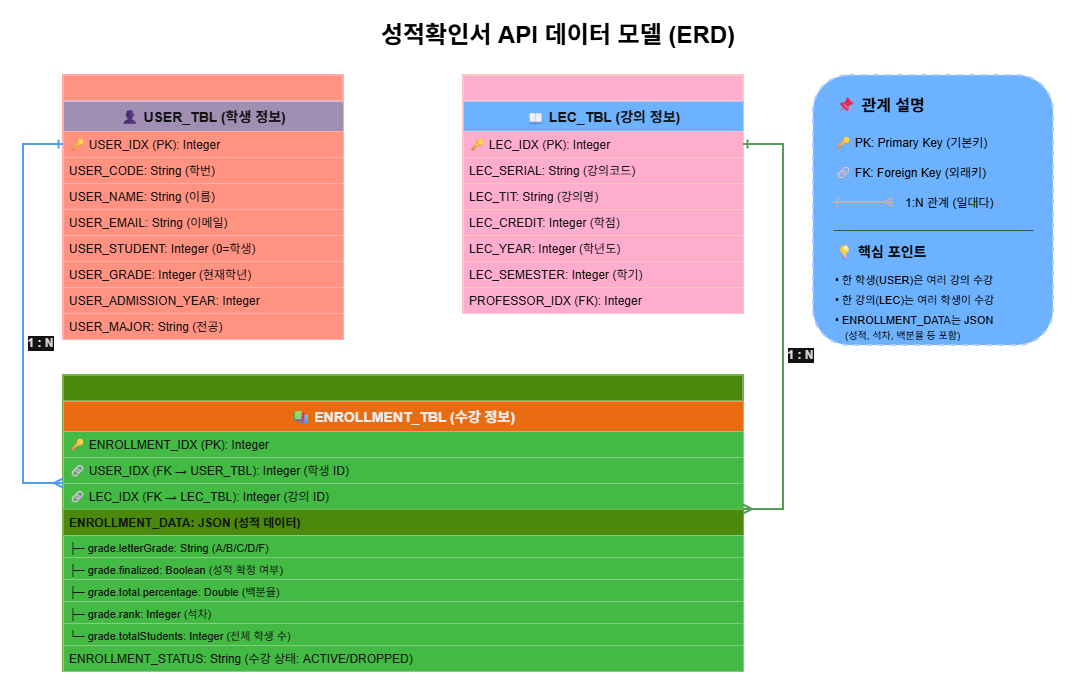
Before: backend/BlueCrab/docs/강의관련문서-신판/PPT용 다이어그램/성적확인서 API/03-데이터-모델-ERD.drawio.png, a diagram exported from draw.io (hooting76/blue-crab-lms). Source tidied: cells renumbered, new cells last; positions are measured from the earlier drawing's top-left corner, leaving out a move shared by most shapes.
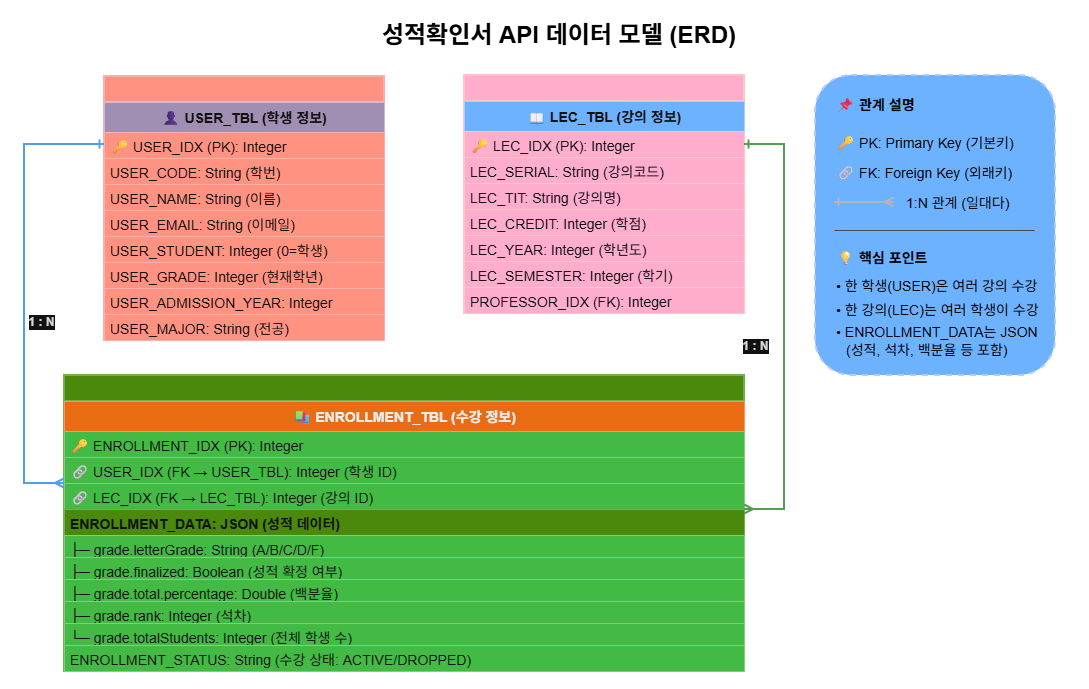
Later version of the same file.

The edit, as a diff of the source:
```diff
@@ -8,3 +8,3 @@
     <mxCell id="3" style="swimlane;fontStyle=1;horizontal=1;startSize=26;fillColor=#e51400;strokeColor=#B20000;strokeWidth=2;fontColor=#ffffff;fontSize=14;" parent="1" vertex="1">
-      <mxGeometry x="40" y="60" width="280" height="264" as="geometry" />
+      <mxGeometry x="80" y="61" width="280" height="264" as="geometry" />
     </mxCell>
@@ -13,24 +13,24 @@
     </mxCell>
-    <mxCell id="5" value="🔑 USER_IDX (PK): Integer" style="text;strokeColor=#B20000;fillColor=#e51400;align=left;verticalAlign=top;spacingLeft=4;spacingRight=4;overflow=hidden;points=[[0,0.5],[1,0.5]];portConstraint=eastwest;fontColor=#ffffff;fontSize=12;strokeWidth=1;" parent="3" vertex="1">
+    <mxCell id="5" value="🔑 USER_IDX (PK): Integer" style="text;strokeColor=#B20000;fillColor=#e51400;align=left;verticalAlign=top;spacingLeft=4;spacingRight=4;overflow=hidden;points=[[0,0.5],[1,0.5]];portConstraint=eastwest;fontColor=#ffffff;fontSize=14;strokeWidth=1;" parent="3" vertex="1">
       <mxGeometry y="56" width="280" height="26" as="geometry" />
     </mxCell>
-    <mxCell id="6" value="USER_CODE: String (학번)" style="text;strokeColor=#B20000;fillColor=#e51400;align=left;verticalAlign=top;spacingLeft=4;spacingRight=4;overflow=hidden;fontColor=#ffffff;fontSize=12;strokeWidth=1;" parent="3" vertex="1">
+    <mxCell id="6" value="USER_CODE: String (학번)" style="text;strokeColor=#B20000;fillColor=#e51400;align=left;verticalAlign=top;spacingLeft=4;spacingRight=4;overflow=hidden;fontColor=#ffffff;fontSize=14;strokeWidth=1;" parent="3" vertex="1">
       <mxGeometry y="82" width="280" height="26" as="geometry" />
     </mxCell>
-    <mxCell id="7" value="USER_NAME: String (이름)" style="text;strokeColor=#B20000;fillColor=#e51400;align=left;verticalAlign=top;spacingLeft=4;spacingRight=4;overflow=hidden;fontColor=#ffffff;fontSize=12;strokeWidth=1;" parent="3" vertex="1">
+    <mxCell id="7" value="USER_NAME: String (이름)" style="text;strokeColor=#B20000;fillColor=#e51400;align=left;verticalAlign=top;spacingLeft=4;spacingRight=4;overflow=hidden;fontColor=#ffffff;fontSize=14;strokeWidth=1;" parent="3" vertex="1">
       <mxGeometry y="108" width="280" height="26" as="geometry" />
     </mxCell>
-    <mxCell id="8" value="USER_EMAIL: String (이메일)" style="text;strokeColor=#B20000;fillColor=#e51400;align=left;verticalAlign=top;spacingLeft=4;spacingRight=4;overflow=hidden;fontColor=#ffffff;fontSize=12;strokeWidth=1;" parent="3" vertex="1">
+    <mxCell id="8" value="USER_EMAIL: String (이메일)" style="text;strokeColor=#B20000;fillColor=#e51400;align=left;verticalAlign=top;spacingLeft=4;spacingRight=4;overflow=hidden;fontColor=#ffffff;fontSize=14;strokeWidth=1;" parent="3" vertex="1">
       <mxGeometry y="134" width="280" height="26" as="geometry" />
     </mxCell>
-    <mxCell id="9" value="USER_STUDENT: Integer (0=학생)" style="text;strokeColor=#B20000;fillColor=#e51400;align=left;verticalAlign=top;spacingLeft=4;spacingRight=4;overflow=hidden;fontColor=#ffffff;fontSize=12;strokeWidth=1;" parent="3" vertex="1">
+    <mxCell id="9" value="USER_STUDENT: Integer (0=학생)" style="text;strokeColor=#B20000;fillColor=#e51400;align=left;verticalAlign=top;spacingLeft=4;spacingRight=4;overflow=hidden;fontColor=#ffffff;fontSize=14;strokeWidth=1;" parent="3" vertex="1">
       <mxGeometry y="160" width="280" height="26" as="geometry" />
     </mxCell>
-    <mxCell id="10" value="USER_GRADE: Integer (현재학년)" style="text;strokeColor=#B20000;fillColor=#e51400;align=left;verticalAlign=top;spacingLeft=4;spacingRight=4;overflow=hidden;fontColor=#ffffff;fontSize=12;strokeWidth=1;" parent="3" vertex="1">
+    <mxCell id="10" value="USER_GRADE: Integer (현재학년)" style="text;strokeColor=#B20000;fillColor=#e51400;align=left;verticalAlign=top;spacingLeft=4;spacingRight=4;overflow=hidden;fontColor=#ffffff;fontSize=14;strokeWidth=1;" parent="3" vertex="1">
       <mxGeometry y="186" width="280" height="26" as="geometry" />
     </mxCell>
-    <mxCell id="11" value="USER_ADMISSION_YEAR: Integer" style="text;strokeColor=#B20000;fillColor=#e51400;align=left;verticalAlign=top;spacingLeft=4;spacingRight=4;overflow=hidden;fontColor=#ffffff;fontSize=12;strokeWidth=1;" parent="3" vertex="1">
+    <mxCell id="11" value="USER_ADMISSION_YEAR: Integer" style="text;strokeColor=#B20000;fillColor=#e51400;align=left;verticalAlign=top;spacingLeft=4;spacingRight=4;overflow=hidden;fontColor=#ffffff;fontSize=14;strokeWidth=1;" parent="3" vertex="1">
       <mxGeometry y="212" width="280" height="26" as="geometry" />
     </mxCell>
-    <mxCell id="12" value="USER_MAJOR: String (전공)" style="text;strokeColor=#B20000;fillColor=#e51400;align=left;verticalAlign=top;spacingLeft=4;spacingRight=4;overflow=hidden;fontColor=#ffffff;fontSize=12;strokeWidth=1;" parent="3" vertex="1">
+    <mxCell id="12" value="USER_MAJOR: String (전공)" style="text;strokeColor=#B20000;fillColor=#e51400;align=left;verticalAlign=top;spacingLeft=4;spacingRight=4;overflow=hidden;fontColor=#ffffff;fontSize=14;strokeWidth=1;" parent="3" vertex="1">
       <mxGeometry y="238" width="280" height="26" as="geometry" />
@@ -43,21 +43,21 @@
     </mxCell>
-    <mxCell id="15" value="🔑 LEC_IDX (PK): Integer" style="text;strokeColor=#6F0000;fillColor=#a20025;align=left;verticalAlign=top;spacingLeft=4;spacingRight=4;overflow=hidden;points=[[0,0.5],[1,0.5]];portConstraint=eastwest;fontColor=#ffffff;fontSize=12;strokeWidth=1;" parent="13" vertex="1">
+    <mxCell id="15" value="🔑 LEC_IDX (PK): Integer" style="text;strokeColor=#6F0000;fillColor=#a20025;align=left;verticalAlign=top;spacingLeft=4;spacingRight=4;overflow=hidden;points=[[0,0.5],[1,0.5]];portConstraint=eastwest;fontColor=#ffffff;fontSize=14;strokeWidth=1;" parent="13" vertex="1">
       <mxGeometry y="56" width="280" height="26" as="geometry" />
     </mxCell>
-    <mxCell id="16" value="LEC_SERIAL: String (강의코드)" style="text;strokeColor=#6F0000;fillColor=#a20025;align=left;verticalAlign=top;spacingLeft=4;spacingRight=4;overflow=hidden;fontColor=#ffffff;fontSize=12;strokeWidth=1;" parent="13" vertex="1">
+    <mxCell id="16" value="LEC_SERIAL: String (강의코드)" style="text;strokeColor=#6F0000;fillColor=#a20025;align=left;verticalAlign=top;spacingLeft=4;spacingRight=4;overflow=hidden;fontColor=#ffffff;fontSize=14;strokeWidth=1;" parent="13" vertex="1">
       <mxGeometry y="82" width="280" height="26" as="geometry" />
     </mxCell>
-    <mxCell id="17" value="LEC_TIT: String (강의명)" style="text;strokeColor=#6F0000;fillColor=#a20025;align=left;verticalAlign=top;spacingLeft=4;spacingRight=4;overflow=hidden;fontColor=#ffffff;fontSize=12;strokeWidth=1;" parent="13" vertex="1">
+    <mxCell id="17" value="LEC_TIT: String (강의명)" style="text;strokeColor=#6F0000;fillColor=#a20025;align=left;verticalAlign=top;spacingLeft=4;spacingRight=4;overflow=hidden;fontColor=#ffffff;fontSize=14;strokeWidth=1;" parent="13" vertex="1">
       <mxGeometry y="108" width="280" height="26" as="geometry" />
     </mxCell>
-    <mxCell id="18" value="LEC_CREDIT: Integer (학점)" style="text;strokeColor=#6F0000;fillColor=#a20025;align=left;verticalAlign=top;spacingLeft=4;spacingRight=4;overflow=hidden;fontColor=#ffffff;fontSize=12;strokeWidth=1;" parent="13" vertex="1">
+    <mxCell id="18" value="LEC_CREDIT: Integer (학점)" style="text;strokeColor=#6F0000;fillColor=#a20025;align=left;verticalAlign=top;spacingLeft=4;spacingRight=4;overflow=hidden;fontColor=#ffffff;fontSize=14;strokeWidth=1;" parent="13" vertex="1">
       <mxGeometry y="134" width="280" height="26" as="geometry" />
     </mxCell>
-    <mxCell id="19" value="LEC_YEAR: Integer (학년도)" style="text;strokeColor=#6F0000;fillColor=#a20025;align=left;verticalAlign=top;spacingLeft=4;spacingRight=4;overflow=hidden;fontColor=#ffffff;fontSize=12;strokeWidth=1;" parent="13" vertex="1">
+    <mxCell id="19" value="LEC_YEAR: Integer (학년도)" style="text;strokeColor=#6F0000;fillColor=#a20025;align=left;verticalAlign=top;spacingLeft=4;spacingRight=4;overflow=hidden;fontColor=#ffffff;fontSize=14;strokeWidth=1;" parent="13" vertex="1">
       <mxGeometry y="160" width="280" height="26" as="geometry" />
     </mxCell>
-    <mxCell id="20" value="LEC_SEMESTER: Integer (학기)" style="text;strokeColor=#6F0000;fillColor=#a20025;align=left;verticalAlign=top;spacingLeft=4;spacingRight=4;overflow=hidden;fontColor=#ffffff;fontSize=12;strokeWidth=1;" parent="13" vertex="1">
+    <mxCell id="20" value="LEC_SEMESTER: Integer (학기)" style="text;strokeColor=#6F0000;fillColor=#a20025;align=left;verticalAlign=top;spacingLeft=4;spacingRight=4;overflow=hidden;fontColor=#ffffff;fontSize=14;strokeWidth=1;" parent="13" vertex="1">
       <mxGeometry y="186" width="280" height="26" as="geometry" />
     </mxCell>
-    <mxCell id="21" value="PROFESSOR_IDX (FK): Integer" style="text;strokeColor=#6F0000;fillColor=#a20025;align=left;verticalAlign=top;spacingLeft=4;spacingRight=4;overflow=hidden;fontColor=#ffffff;fontSize=12;strokeWidth=1;" parent="13" vertex="1">
+    <mxCell id="21" value="PROFESSOR_IDX (FK): Integer" style="text;strokeColor=#6F0000;fillColor=#a20025;align=left;verticalAlign=top;spacingLeft=4;spacingRight=4;overflow=hidden;fontColor=#ffffff;fontSize=14;strokeWidth=1;" parent="13" vertex="1">
       <mxGeometry y="212" width="280" height="26" as="geometry" />
@@ -70,30 +70,30 @@
     </mxCell>
-    <mxCell id="24" value="🔑 ENROLLMENT_IDX (PK): Integer" style="text;strokeColor=#005700;fillColor=#008a00;align=left;verticalAlign=top;spacingLeft=4;spacingRight=4;overflow=hidden;fontColor=#ffffff;fontSize=12;strokeWidth=1;" parent="22" vertex="1">
+    <mxCell id="24" value="🔑 ENROLLMENT_IDX (PK): Integer" style="text;strokeColor=#005700;fillColor=#008a00;align=left;verticalAlign=top;spacingLeft=4;spacingRight=4;overflow=hidden;fontColor=#ffffff;fontSize=14;strokeWidth=1;" parent="22" vertex="1">
       <mxGeometry y="56" width="680" height="26" as="geometry" />
     </mxCell>
-    <mxCell id="25" value="🔗 USER_IDX (FK → USER_TBL): Integer (학생 ID)" style="text;strokeColor=#005700;fillColor=#008a00;align=left;verticalAlign=top;spacingLeft=4;spacingRight=4;overflow=hidden;points=[[0,0.5],[1,0.5]];portConstraint=eastwest;fontColor=#ffffff;fontSize=12;strokeWidth=1;" parent="22" vertex="1">
+    <mxCell id="25" value="🔗 USER_IDX (FK → USER_TBL): Integer (학생 ID)" style="text;strokeColor=#005700;fillColor=#008a00;align=left;verticalAlign=top;spacingLeft=4;spacingRight=4;overflow=hidden;points=[[0,0.5],[1,0.5]];portConstraint=eastwest;fontColor=#ffffff;fontSize=14;strokeWidth=1;" parent="22" vertex="1">
       <mxGeometry y="82" width="680" height="26" as="geometry" />
     </mxCell>
-    <mxCell id="26" value="🔗 LEC_IDX (FK → LEC_TBL): Integer (강의 ID)" style="text;strokeColor=#005700;fillColor=#008a00;align=left;verticalAlign=top;spacingLeft=4;spacingRight=4;overflow=hidden;points=[[0,0.5],[1,0.5]];portConstraint=eastwest;fontColor=#ffffff;fontSize=12;strokeWidth=1;" parent="22" vertex="1">
+    <mxCell id="26" value="🔗 LEC_IDX (FK → LEC_TBL): Integer (강의 ID)" style="text;strokeColor=#005700;fillColor=#008a00;align=left;verticalAlign=top;spacingLeft=4;spacingRight=4;overflow=hidden;points=[[0,0.5],[1,0.5]];portConstraint=eastwest;fontColor=#ffffff;fontSize=14;strokeWidth=1;" parent="22" vertex="1">
       <mxGeometry y="108" width="680" height="26" as="geometry" />
     </mxCell>
-    <mxCell id="27" value="ENROLLMENT_DATA: JSON (성적 데이터)" style="text;strokeColor=#2D7600;fillColor=#60a917;align=left;verticalAlign=top;spacingLeft=4;spacingRight=4;overflow=hidden;fontColor=#ffffff;fontSize=12;fontStyle=1;strokeWidth=1;" parent="22" vertex="1">
+    <mxCell id="27" value="ENROLLMENT_DATA: JSON (성적 데이터)" style="text;strokeColor=#2D7600;fillColor=#60a917;align=left;verticalAlign=top;spacingLeft=4;spacingRight=4;overflow=hidden;fontColor=#ffffff;fontSize=14;fontStyle=1;strokeWidth=1;" parent="22" vertex="1">
       <mxGeometry y="134" width="680" height="26" as="geometry" />
     </mxCell>
-    <mxCell id="28" value="    ├─ grade.letterGrade: String (A/B/C/D/F)" style="text;strokeColor=#005700;fillColor=#008a00;align=left;verticalAlign=top;spacingLeft=4;spacingRight=4;overflow=hidden;fontColor=#ffffff;fontSize=11;strokeWidth=1;" parent="22" vertex="1">
+    <mxCell id="28" value="    ├─ grade.letterGrade: String (A/B/C/D/F)" style="text;strokeColor=#005700;fillColor=#008a00;align=left;verticalAlign=top;spacingLeft=4;spacingRight=4;overflow=hidden;fontColor=#ffffff;fontSize=14;strokeWidth=1;" parent="22" vertex="1">
       <mxGeometry y="160" width="680" height="22" as="geometry" />
     </mxCell>
-    <mxCell id="29" value="    ├─ grade.finalized: Boolean (성적 확정 여부)" style="text;strokeColor=#005700;fillColor=#008a00;align=left;verticalAlign=top;spacingLeft=4;spacingRight=4;overflow=hidden;fontColor=#ffffff;fontSize=11;strokeWidth=1;" parent="22" vertex="1">
+    <mxCell id="29" value="    ├─ grade.finalized: Boolean (성적 확정 여부)" style="text;strokeColor=#005700;fillColor=#008a00;align=left;verticalAlign=top;spacingLeft=4;spacingRight=4;overflow=hidden;fontColor=#ffffff;fontSize=14;strokeWidth=1;" parent="22" vertex="1">
       <mxGeometry y="182" width="680" height="22" as="geometry" />
     </mxCell>
-    <mxCell id="30" value="    ├─ grade.total.percentage: Double (백분율)" style="text;strokeColor=#005700;fillColor=#008a00;align=left;verticalAlign=top;spacingLeft=4;spacingRight=4;overflow=hidden;fontColor=#ffffff;fontSize=11;strokeWidth=1;" parent="22" vertex="1">
+    <mxCell id="30" value="    ├─ grade.total.percentage: Double (백분율)" style="text;strokeColor=#005700;fillColor=#008a00;align=left;verticalAlign=top;spacingLeft=4;spacingRight=4;overflow=hidden;fontColor=#ffffff;fontSize=14;strokeWidth=1;" parent="22" vertex="1">
       <mxGeometry y="204" width="680" height="22" as="geometry" />
     </mxCell>
-    <mxCell id="31" value="    ├─ grade.rank: Integer (석차)" style="text;strokeColor=#005700;fillColor=#008a00;align=left;verticalAlign=top;spacingLeft=4;spacingRight=4;overflow=hidden;fontColor=#ffffff;fontSize=11;strokeWidth=1;" parent="22" vertex="1">
+    <mxCell id="31" value="    ├─ grade.rank: Integer (석차)" style="text;strokeColor=#005700;fillColor=#008a00;align=left;verticalAlign=top;spacingLeft=4;spacingRight=4;overflow=hidden;fontColor=#ffffff;fontSize=14;strokeWidth=1;" parent="22" vertex="1">
       <mxGeometry y="226" width="680" height="22" as="geometry" />
     </mxCell>
-    <mxCell id="32" value="    └─ grade.totalStudents: Integer (전체 학생 수)" style="text;strokeColor=#005700;fillColor=#008a00;align=left;verticalAlign=top;spacingLeft=4;spacingRight=4;overflow=hidden;fontColor=#ffffff;fontSize=11;strokeWidth=1;" parent="22" vertex="1">
+    <mxCell id="32" value="    └─ grade.totalStudents: Integer (전체 학생 수)" style="text;strokeColor=#005700;fillColor=#008a00;align=left;verticalAlign=top;spacingLeft=4;spacingRight=4;overflow=hidden;fontColor=#ffffff;fontSize=14;strokeWidth=1;" parent="22" vertex="1">
       <mxGeometry y="248" width="680" height="22" as="geometry" />
     </mxCell>
-    <mxCell id="33" value="ENROLLMENT_STATUS: String (수강 상태: ACTIVE/DROPPED)" style="text;strokeColor=#005700;fillColor=#008a00;align=left;verticalAlign=top;spacingLeft=4;spacingRight=4;overflow=hidden;fontColor=#ffffff;fontSize=12;strokeWidth=1;" parent="22" vertex="1">
+    <mxCell id="33" value="ENROLLMENT_STATUS: String (수강 상태: ACTIVE/DROPPED)" style="text;strokeColor=#005700;fillColor=#008a00;align=left;verticalAlign=top;spacingLeft=4;spacingRight=4;overflow=hidden;fontColor=#ffffff;fontSize=14;strokeWidth=1;" parent="22" vertex="1">
       <mxGeometry y="270" width="680" height="26" as="geometry" />
@@ -123,3 +123,3 @@
       <mxGeometry x="-0.1" y="1" relative="1" as="geometry">
-        <mxPoint x="15" y="50" as="offset" />
+        <mxPoint x="-31" y="41" as="offset" />
       </mxGeometry>
@@ -127,14 +127,14 @@
     <mxCell id="38" style="rounded=1;whiteSpace=wrap;html=1;fillColor=#0050ef;strokeColor=#001DBC;strokeWidth=2;dashed=1;fontColor=#ffffff;" parent="1" vertex="1">
-      <mxGeometry x="790" y="60" width="240" height="270" as="geometry" />
+      <mxGeometry x="791" y="60" width="240" height="300" as="geometry" />
     </mxCell>
-    <mxCell id="39" value="📌 관계 설명" style="text;html=1;strokeColor=none;fillColor=none;align=left;verticalAlign=middle;whiteSpace=wrap;rounded=0;fontSize=16;fontStyle=1;fontColor=light-dark(#000000,#000000);" parent="1" vertex="1">
+    <mxCell id="39" value="📌 관계 설명" style="text;html=1;strokeColor=none;fillColor=none;align=left;verticalAlign=middle;whiteSpace=wrap;rounded=0;fontSize=14;fontStyle=1;fontColor=light-dark(#000000,#000000);" parent="1" vertex="1">
       <mxGeometry x="810" y="75" width="240" height="30" as="geometry" />
     </mxCell>
-    <mxCell id="40" value="🔑 PK: Primary Key (기본키)" style="text;html=1;strokeColor=none;fillColor=none;align=left;verticalAlign=middle;whiteSpace=wrap;rounded=0;fontSize=12;fontColor=light-dark(#000000,#000000);" parent="1" vertex="1">
+    <mxCell id="40" value="🔑 PK: Primary Key (기본키)" style="text;html=1;strokeColor=none;fillColor=none;align=left;verticalAlign=middle;whiteSpace=wrap;rounded=0;fontSize=14;fontColor=light-dark(#000000,#000000);" parent="1" vertex="1">
       <mxGeometry x="810" y="115" width="240" height="25" as="geometry" />
     </mxCell>
-    <mxCell id="41" value="🔗 FK: Foreign Key (외래키)" style="text;html=1;strokeColor=none;fillColor=none;align=left;verticalAlign=middle;whiteSpace=wrap;rounded=0;fontSize=12;fontColor=light-dark(#000000,#000000);" parent="1" vertex="1">
+    <mxCell id="41" value="🔗 FK: Foreign Key (외래키)" style="text;html=1;strokeColor=none;fillColor=none;align=left;verticalAlign=middle;whiteSpace=wrap;rounded=0;fontSize=14;fontColor=light-dark(#000000,#000000);" parent="1" vertex="1">
       <mxGeometry x="810" y="145" width="240" height="25" as="geometry" />
     </mxCell>
-    <mxCell id="42" style="edgeStyle=orthogonalEdgeStyle;rounded=0;orthogonalLoop=1;jettySize=auto;html=1;strokeWidth=2;strokeColor=#424242;endArrow=ERmany;endFill=0;startArrow=ERone;startFill=0;fontColor=light-dark(#000000,#000000);" parent="1" edge="1">
+    <mxCell id="42" style="edgeStyle=orthogonalEdgeStyle;rounded=0;orthogonalLoop=1;jettySize=auto;html=1;strokeWidth=2;strokeColor=#424242;endArrow=ERmany;endFill=0;startArrow=ERone;startFill=0;fontColor=light-dark(#000000,#000000);fontSize=14;" parent="1" edge="1">
       <mxGeometry relative="1" as="geometry">
@@ -144,6 +144,6 @@
     </mxCell>
-    <mxCell id="43" value="1:N 관계 (일대다)" style="text;html=1;strokeColor=none;fillColor=none;align=left;verticalAlign=middle;whiteSpace=wrap;rounded=0;fontSize=12;fontColor=light-dark(#000000,#000000);" parent="1" vertex="1">
+    <mxCell id="43" value="1:N 관계 (일대다)" style="text;html=1;strokeColor=none;fillColor=none;align=left;verticalAlign=middle;whiteSpace=wrap;rounded=0;fontSize=14;fontColor=light-dark(#000000,#000000);" parent="1" vertex="1">
       <mxGeometry x="880" y="175" width="170" height="25" as="geometry" />
     </mxCell>
-    <mxCell id="44" style="endArrow=none;html=1;strokeWidth=1;strokeColor=#BDBDBD;fontColor=light-dark(#000000,#000000);" parent="1" edge="1">
+    <mxCell id="44" style="endArrow=none;html=1;strokeWidth=1;strokeColor=#BDBDBD;fontColor=light-dark(#000000,#000000);fontSize=14;" parent="1" edge="1">
       <mxGeometry relative="1" as="geometry">
@@ -154,15 +154,15 @@
     <mxCell id="45" value="💡 핵심 포인트" style="text;html=1;strokeColor=none;fillColor=none;align=left;verticalAlign=middle;whiteSpace=wrap;rounded=0;fontSize=14;fontStyle=1;fontColor=light-dark(#000000,#000000);" parent="1" vertex="1">
-      <mxGeometry x="810" y="225" width="240" height="25" as="geometry" />
+      <mxGeometry x="810" y="230" width="240" height="25" as="geometry" />
     </mxCell>
-    <mxCell id="46" value="• 한 학생(USER)은 여러 강의 수강" style="text;html=1;strokeColor=none;fillColor=none;align=left;verticalAlign=middle;whiteSpace=wrap;rounded=0;fontSize=11;fontColor=light-dark(#000000,#000000);" parent="1" vertex="1">
-      <mxGeometry x="810" y="255" width="240" height="20" as="geometry" />
+    <mxCell id="46" value="• 한 학생(USER)은 여러 강의 수강" style="text;html=1;strokeColor=none;fillColor=none;align=left;verticalAlign=middle;whiteSpace=wrap;rounded=0;fontSize=14;fontColor=light-dark(#000000,#000000);" parent="1" vertex="1">
+      <mxGeometry x="810" y="261" width="240" height="20" as="geometry" />
     </mxCell>
-    <mxCell id="47" value="• 한 강의(LEC)는 여러 학생이 수강" style="text;html=1;strokeColor=none;fillColor=none;align=left;verticalAlign=middle;whiteSpace=wrap;rounded=0;fontSize=11;fontColor=light-dark(#000000,#000000);" parent="1" vertex="1">
-      <mxGeometry x="810" y="275" width="240" height="20" as="geometry" />
+    <mxCell id="47" value="• 한 강의(LEC)는 여러 학생이 수강" style="text;html=1;strokeColor=none;fillColor=none;align=left;verticalAlign=middle;whiteSpace=wrap;rounded=0;fontSize=14;fontColor=light-dark(#000000,#000000);" parent="1" vertex="1">
+      <mxGeometry x="810" y="285" width="240" height="20" as="geometry" />
     </mxCell>
-    <mxCell id="48" value="• ENROLLMENT_DATA는 JSON" style="text;html=1;strokeColor=none;fillColor=none;align=left;verticalAlign=middle;whiteSpace=wrap;rounded=0;fontSize=11;fontColor=light-dark(#000000,#000000);" parent="1" vertex="1">
-      <mxGeometry x="810" y="295" width="240" height="20" as="geometry" />
+    <mxCell id="48" value="• ENROLLMENT_DATA는 JSON" style="text;html=1;strokeColor=none;fillColor=none;align=left;verticalAlign=middle;whiteSpace=wrap;rounded=0;fontSize=14;fontColor=light-dark(#000000,#000000);" parent="1" vertex="1">
+      <mxGeometry x="810" y="307" width="240" height="20" as="geometry" />
     </mxCell>
-    <mxCell id="49" value="  (성적, 석차, 백분율 등 포함)" style="text;html=1;strokeColor=none;fillColor=none;align=left;verticalAlign=middle;whiteSpace=wrap;rounded=0;fontSize=10;fontColor=light-dark(#000000,#000000);" parent="1" vertex="1">
-      <mxGeometry x="820" y="310" width="230" height="20" as="geometry" />
+    <mxCell id="49" value="  (성적, 석차, 백분율 등 포함)" style="text;html=1;strokeColor=none;fillColor=none;align=left;verticalAlign=middle;whiteSpace=wrap;rounded=0;fontSize=14;fontColor=light-dark(#000000,#000000);" parent="1" vertex="1">
+      <mxGeometry x="820" y="325" width="230" height="20" as="geometry" />
     </mxCell>
```
